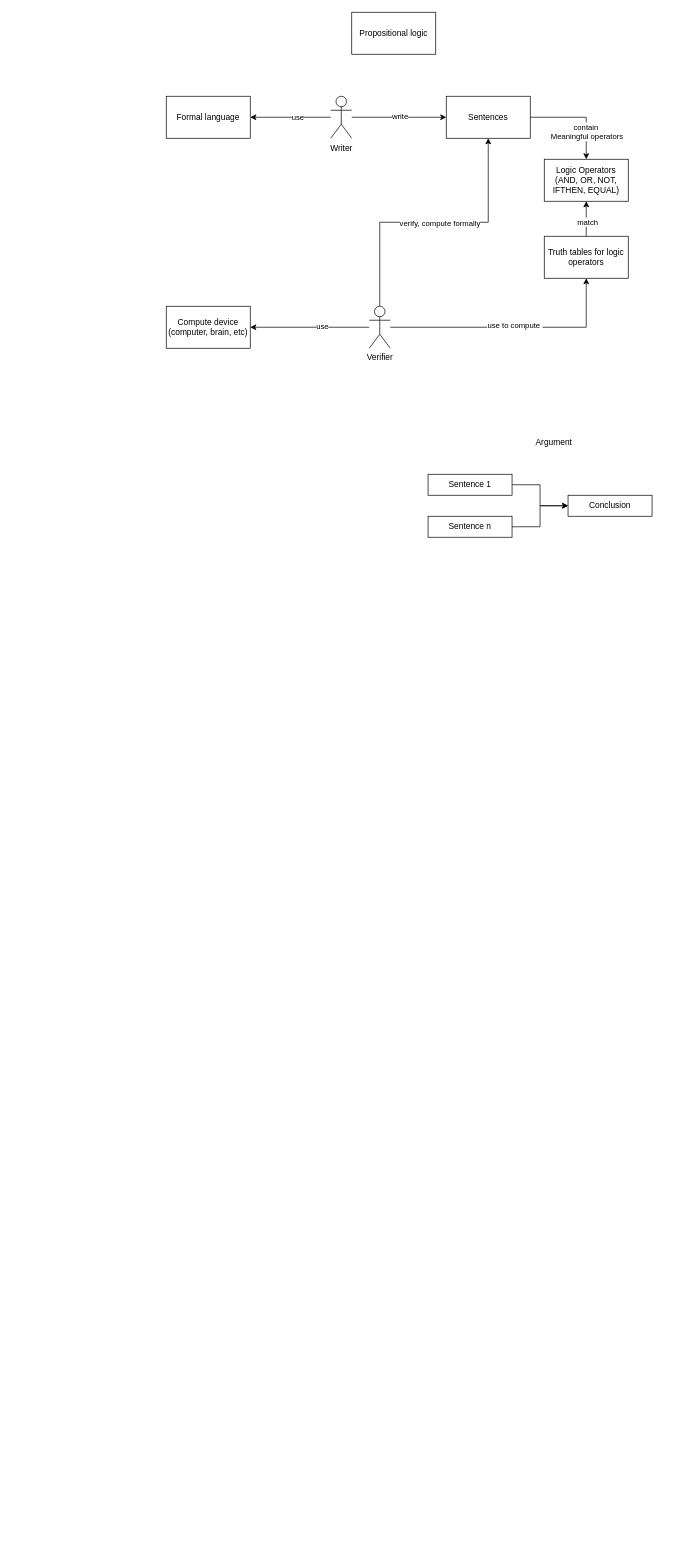
This is logic_conceptual.drawio from madmag77/diagrams, a draw.io file, before an edit. Source tidied: cells renumbered, new cells numbered last; positions are measured from the earlier drawing's top-left corner, leaving out a move shared by most shapes. Both pictures are drawn from the tidied source at 70%, with x=0, y=0 at pixel (166, 12).
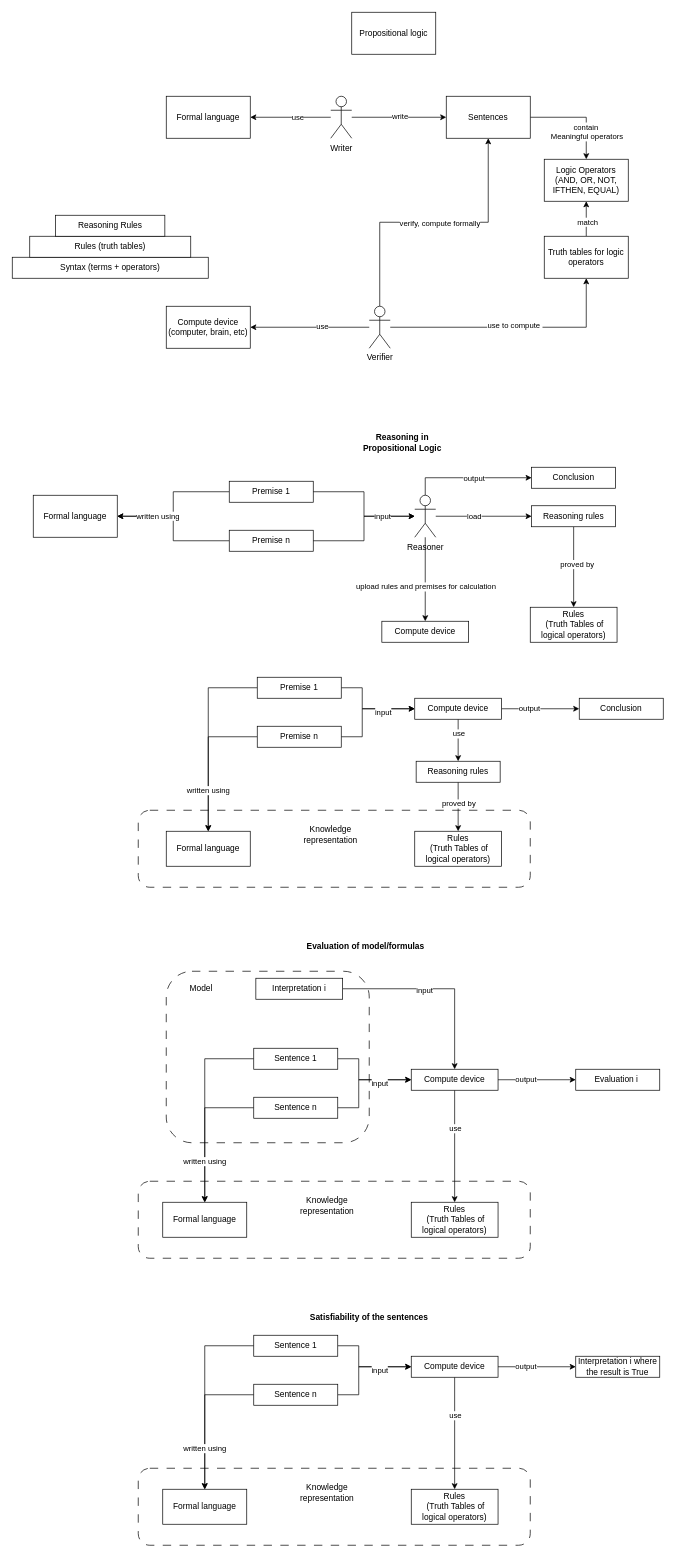
After the change.

The edit, as a diff of the source:
```diff
@@
-    <mxCell id="24" style="edgeStyle=orthogonalEdgeStyle;rounded=0;jettySize=auto;html=1;" parent="1" edge="1" source="25" target="28">
-      <mxGeometry relative="1" as="geometry" />
-    </mxCell>
+    <mxCell id="30" style="edgeStyle=orthogonalEdgeStyle;rounded=0;jettySize=auto;html=1;" parent="1" edge="1" source="25" target="51">
+      <mxGeometry relative="1" as="geometry" />
+    </mxCell>
-    <mxCell id="25" value="Sentence 1" style="rounded=0;whiteSpace=wrap;html=1;" parent="1" vertex="1">
-      <mxGeometry x="374" y="660" width="120" height="30" as="geometry" />
+    <mxCell id="25" value="Premise 1" style="rounded=0;whiteSpace=wrap;html=1;" parent="1" vertex="1">
+      <mxGeometry x="90" y="670" width="120" height="30" as="geometry" />
     </mxCell>
-    <mxCell id="26" style="edgeStyle=orthogonalEdgeStyle;rounded=0;jettySize=auto;html=1;" parent="1" edge="1" source="27" target="28">
-      <mxGeometry relative="1" as="geometry" />
-    </mxCell>
+    <mxCell id="31" style="edgeStyle=orthogonalEdgeStyle;rounded=0;jettySize=auto;html=1;" parent="1" edge="1" source="27" target="51">
+      <mxGeometry relative="1" as="geometry" />
+    </mxCell>
+    <mxCell id="32" value="written using" style="edgeLabel;html=1;align=center;verticalAlign=middle;" parent="31" vertex="1">
+      <mxGeometry x="0.42" y="-1" relative="1" as="geometry" />
+    </mxCell>
-    <mxCell id="27" value="Sentence n" style="rounded=0;whiteSpace=wrap;html=1;" parent="1" vertex="1">
-      <mxGeometry x="374" y="720" width="120" height="30" as="geometry" />
+    <mxCell id="27" value="Premise n" style="rounded=0;whiteSpace=wrap;html=1;" parent="1" vertex="1">
+      <mxGeometry x="90" y="740" width="120" height="30" as="geometry" />
     </mxCell>
     <mxCell id="28" value="Conclusion" style="rounded=0;whiteSpace=wrap;html=1;" parent="1" vertex="1">
-      <mxGeometry x="574" y="690" width="120" height="30" as="geometry" />
+      <mxGeometry x="522" y="650" width="120" height="30" as="geometry" />
     </mxCell>
-    <mxCell id="29" value="Argument" style="text;html=1;align=center;verticalAlign=middle;whiteSpace=wrap;rounded=0;" parent="1" vertex="1">
-      <mxGeometry x="524" y="600" width="60" height="30" as="geometry" />
+    <mxCell id="29" value="Reasoning in Propositional Logic" style="text;html=1;align=center;verticalAlign=middle;whiteSpace=wrap;rounded=0;fontStyle=1;" parent="1" vertex="1">
+      <mxGeometry x="265" y="600" width="145" height="30" as="geometry" />
     </mxCell>
+    <mxCell id="33" value="Syntax (terms + operators)" style="rounded=0;whiteSpace=wrap;html=1;" parent="1" vertex="1">
+      <mxGeometry x="-220" y="350" width="280" height="30" as="geometry" />
+    </mxCell>
+    <mxCell id="34" value="Rules (truth tables)" style="rounded=0;whiteSpace=wrap;html=1;" parent="1" vertex="1">
+      <mxGeometry x="-195" y="320" width="230" height="30" as="geometry" />
+    </mxCell>
+    <mxCell id="35" value="Reasoning Rules" style="rounded=0;whiteSpace=wrap;html=1;" parent="1" vertex="1">
+      <mxGeometry x="-158" y="290" width="156" height="30" as="geometry" />
+    </mxCell>
+    <mxCell id="36" style="edgeStyle=orthogonalEdgeStyle;rounded=0;jettySize=auto;html=1;" parent="1" edge="1" source="38" target="49">
+      <mxGeometry relative="1" as="geometry" />
+    </mxCell>
+    <mxCell id="37" value="proved by" style="edgeLabel;html=1;align=center;verticalAlign=middle;" parent="36" vertex="1">
+      <mxGeometry x="-0.07" y="4" relative="1" as="geometry" />
+    </mxCell>
+    <mxCell id="38" value="Reasoning rules" style="rounded=0;whiteSpace=wrap;html=1;" parent="1" vertex="1">
+      <mxGeometry x="522" y="705" width="120" height="30" as="geometry" />
+    </mxCell>
+    <mxCell id="39" style="edgeStyle=orthogonalEdgeStyle;rounded=0;jettySize=auto;html=1;entryX=1;entryY=0.5;entryDx=0;entryDy=0;endArrow=none;endFill=0;startArrow=classic;startFill=1;" parent="1" edge="1" source="48" target="27">
+      <mxGeometry relative="1" as="geometry" />
+    </mxCell>
+    <mxCell id="40" style="edgeStyle=orthogonalEdgeStyle;rounded=0;jettySize=auto;html=1;entryX=1;entryY=0.5;entryDx=0;entryDy=0;startArrow=classic;startFill=1;endArrow=none;endFill=0;" parent="1" edge="1" source="48" target="25">
+      <mxGeometry relative="1" as="geometry" />
+    </mxCell>
+    <mxCell id="41" value="input" style="edgeLabel;html=1;align=center;verticalAlign=middle;" parent="40" vertex="1">
+      <mxGeometry x="-0.32" y="2" relative="1" as="geometry">
+        <mxPoint x="14" y="-2" as="offset" />
+      </mxGeometry>
+    </mxCell>
+    <mxCell id="42" style="edgeStyle=orthogonalEdgeStyle;rounded=0;jettySize=auto;html=1;entryX=0;entryY=0.5;entryDx=0;entryDy=0;" parent="1" edge="1" source="48" target="38">
+      <mxGeometry relative="1" as="geometry" />
+    </mxCell>
+    <mxCell id="43" value="load" style="edgeLabel;html=1;align=center;verticalAlign=middle;" parent="42" vertex="1">
+      <mxGeometry x="-0.27" y="-2" relative="1" as="geometry">
+        <mxPoint x="4" y="-2" as="offset" />
+      </mxGeometry>
+    </mxCell>
+    <mxCell id="44" style="edgeStyle=orthogonalEdgeStyle;rounded=0;jettySize=auto;html=1;entryX=0;entryY=0.5;entryDx=0;entryDy=0;exitX=0.5;exitY=0;exitDx=0;exitDy=0;exitPerimeter=0;" parent="1" edge="1" source="48" target="28">
+      <mxGeometry relative="1" as="geometry" />
+    </mxCell>
+    <mxCell id="45" value="output" style="edgeLabel;html=1;align=center;verticalAlign=middle;" parent="44" vertex="1">
+      <mxGeometry x="-0.19" y="4" relative="1" as="geometry">
+        <mxPoint x="22" y="4" as="offset" />
+      </mxGeometry>
+    </mxCell>
+    <mxCell id="46" style="edgeStyle=orthogonalEdgeStyle;rounded=0;jettySize=auto;html=1;" parent="1" edge="1" source="48" target="50">
+      <mxGeometry relative="1" as="geometry" />
+    </mxCell>
+    <mxCell id="47" value="upload rules and premises for calculation" style="edgeLabel;html=1;align=center;verticalAlign=middle;" parent="46" vertex="1">
+      <mxGeometry x="0.17" relative="1" as="geometry" />
+    </mxCell>
+    <mxCell id="48" value="Reasoner" style="shape=umlActor;verticalLabelPosition=bottom;verticalAlign=top;html=1;outlineConnect=0;" parent="1" vertex="1">
+      <mxGeometry x="355" y="690" width="30" height="60" as="geometry" />
+    </mxCell>
+    <mxCell id="49" value="Rules&lt;div&gt;&amp;nbsp;(Truth Tables of logical operators)&lt;/div&gt;" style="rounded=0;whiteSpace=wrap;html=1;" parent="1" vertex="1">
+      <mxGeometry x="520" y="850" width="124" height="50" as="geometry" />
+    </mxCell>
+    <mxCell id="50" value="Compute device" style="rounded=0;whiteSpace=wrap;html=1;" parent="1" vertex="1">
+      <mxGeometry x="308" y="870" width="124" height="30" as="geometry" />
+    </mxCell>
+    <mxCell id="51" value="Formal language" style="rounded=0;whiteSpace=wrap;html=1;" parent="1" vertex="1">
+      <mxGeometry x="-190" y="690" width="120" height="60" as="geometry" />
+    </mxCell>
+    <mxCell id="52" style="edgeStyle=orthogonalEdgeStyle;rounded=0;jettySize=auto;html=1;" parent="1" edge="1" source="54" target="59">
+      <mxGeometry relative="1" as="geometry" />
+    </mxCell>
+    <mxCell id="53" style="edgeStyle=orthogonalEdgeStyle;rounded=0;jettySize=auto;html=1;" parent="1" edge="1" source="54" target="64">
+      <mxGeometry relative="1" as="geometry">
+        <Array as="points">
+          <mxPoint x="280" y="965" />
+          <mxPoint x="280" y="995" />
+        </Array>
+      </mxGeometry>
+    </mxCell>
+    <mxCell id="54" value="Premise 1" style="rounded=0;whiteSpace=wrap;html=1;" parent="1" vertex="1">
+      <mxGeometry x="130" y="950" width="120" height="30" as="geometry" />
+    </mxCell>
+    <mxCell id="55" style="edgeStyle=orthogonalEdgeStyle;rounded=0;jettySize=auto;html=1;" parent="1" edge="1" source="58" target="59">
+      <mxGeometry relative="1" as="geometry" />
+    </mxCell>
+    <mxCell id="56" value="written using" style="edgeLabel;html=1;align=center;verticalAlign=middle;" parent="55" vertex="1">
+      <mxGeometry x="0.42" y="-1" relative="1" as="geometry" />
+    </mxCell>
+    <mxCell id="57" value="input" style="edgeStyle=orthogonalEdgeStyle;rounded=0;jettySize=auto;html=1;entryX=0;entryY=0.5;entryDx=0;entryDy=0;" parent="1" edge="1" source="58" target="64">
+      <mxGeometry x="0.38" y="-5" relative="1" as="geometry">
+        <Array as="points">
+          <mxPoint x="280" y="1035" />
+          <mxPoint x="280" y="995" />
+        </Array>
+      </mxGeometry>
+    </mxCell>
+    <mxCell id="58" value="Premise n" style="rounded=0;whiteSpace=wrap;html=1;" parent="1" vertex="1">
+      <mxGeometry x="130" y="1020" width="120" height="30" as="geometry" />
+    </mxCell>
+    <mxCell id="59" value="Formal language" style="rounded=0;whiteSpace=wrap;html=1;" parent="1" vertex="1">
+      <mxGeometry y="1170" width="120" height="50" as="geometry" />
+    </mxCell>
+    <mxCell id="60" style="edgeStyle=orthogonalEdgeStyle;rounded=0;jettySize=auto;html=1;" parent="1" edge="1" source="64" target="65">
+      <mxGeometry relative="1" as="geometry" />
+    </mxCell>
+    <mxCell id="61" value="output" style="edgeLabel;html=1;align=center;verticalAlign=middle;" parent="60" vertex="1">
+      <mxGeometry x="-0.3" y="1" relative="1" as="geometry" />
+    </mxCell>
+    <mxCell id="62" style="edgeStyle=orthogonalEdgeStyle;rounded=0;jettySize=auto;html=1;" parent="1" edge="1" source="64" target="68">
+      <mxGeometry relative="1" as="geometry" />
+    </mxCell>
+    <mxCell id="63" value="use" style="edgeLabel;html=1;align=center;verticalAlign=middle;" parent="62" vertex="1">
+      <mxGeometry x="-0.33" relative="1" as="geometry" />
+    </mxCell>
+    <mxCell id="64" value="Compute device" style="rounded=0;whiteSpace=wrap;html=1;" parent="1" vertex="1">
+      <mxGeometry x="355" y="980" width="124" height="30" as="geometry" />
+    </mxCell>
+    <mxCell id="65" value="Conclusion" style="rounded=0;whiteSpace=wrap;html=1;" parent="1" vertex="1">
+      <mxGeometry x="590" y="980" width="120" height="30" as="geometry" />
+    </mxCell>
+    <mxCell id="66" style="edgeStyle=orthogonalEdgeStyle;rounded=0;jettySize=auto;html=1;" parent="1" edge="1" source="68" target="69">
+      <mxGeometry relative="1" as="geometry" />
+    </mxCell>
+    <mxCell id="67" value="proved by" style="edgeLabel;html=1;align=center;verticalAlign=middle;" parent="66" vertex="1">
+      <mxGeometry x="0.14" y="1" relative="1" as="geometry">
+        <mxPoint x="-1" y="-10" as="offset" />
+      </mxGeometry>
+    </mxCell>
+    <mxCell id="68" value="Reasoning rules" style="rounded=0;whiteSpace=wrap;html=1;" parent="1" vertex="1">
+      <mxGeometry x="357" y="1070" width="120" height="30" as="geometry" />
+    </mxCell>
+    <mxCell id="69" value="Rules&lt;div&gt;&amp;nbsp;(Truth Tables of logical operators)&lt;/div&gt;" style="rounded=0;whiteSpace=wrap;html=1;" parent="1" vertex="1">
+      <mxGeometry x="355" y="1170" width="124" height="50" as="geometry" />
+    </mxCell>
+    <mxCell id="70" style="rounded=1;whiteSpace=wrap;html=1;fillColor=none;dashed=1;dashPattern=12 12;" parent="1" vertex="1">
+      <mxGeometry x="-40" y="1140" width="560" height="110" as="geometry" />
+    </mxCell>
+    <mxCell id="71" value="Knowledge representation" style="text;html=1;align=center;verticalAlign=middle;whiteSpace=wrap;rounded=0;" parent="1" vertex="1">
+      <mxGeometry x="205" y="1160" width="60" height="30" as="geometry" />
+    </mxCell>
+    <mxCell id="72" style="edgeStyle=orthogonalEdgeStyle;rounded=0;jettySize=auto;html=1;" parent="1" edge="1" source="74" target="79">
+      <mxGeometry relative="1" as="geometry" />
+    </mxCell>
+    <mxCell id="73" style="edgeStyle=orthogonalEdgeStyle;rounded=0;jettySize=auto;html=1;" parent="1" edge="1" source="74" target="84">
+      <mxGeometry relative="1" as="geometry">
+        <Array as="points">
+          <mxPoint x="275" y="1495" />
+          <mxPoint x="275" y="1525" />
+        </Array>
+      </mxGeometry>
+    </mxCell>
+    <mxCell id="74" value="Sentence 1" style="rounded=0;whiteSpace=wrap;html=1;" parent="1" vertex="1">
+      <mxGeometry x="125" y="1480" width="120" height="30" as="geometry" />
+    </mxCell>
+    <mxCell id="75" style="edgeStyle=orthogonalEdgeStyle;rounded=0;jettySize=auto;html=1;" parent="1" edge="1" source="78" target="79">
+      <mxGeometry relative="1" as="geometry" />
+    </mxCell>
+    <mxCell id="76" value="written using" style="edgeLabel;html=1;align=center;verticalAlign=middle;" parent="75" vertex="1">
+      <mxGeometry x="0.42" y="-1" relative="1" as="geometry" />
+    </mxCell>
+    <mxCell id="77" value="input" style="edgeStyle=orthogonalEdgeStyle;rounded=0;jettySize=auto;html=1;entryX=0;entryY=0.5;entryDx=0;entryDy=0;" parent="1" edge="1" source="78" target="84">
+      <mxGeometry x="0.38" y="-5" relative="1" as="geometry">
+        <Array as="points">
+          <mxPoint x="275" y="1565" />
+          <mxPoint x="275" y="1525" />
+        </Array>
+      </mxGeometry>
+    </mxCell>
+    <mxCell id="78" value="Sentence n" style="rounded=0;whiteSpace=wrap;html=1;" parent="1" vertex="1">
+      <mxGeometry x="125" y="1550" width="120" height="30" as="geometry" />
+    </mxCell>
+    <mxCell id="79" value="Formal language" style="rounded=0;whiteSpace=wrap;html=1;" parent="1" vertex="1">
+      <mxGeometry x="-5" y="1700" width="120" height="50" as="geometry" />
+    </mxCell>
+    <mxCell id="80" style="edgeStyle=orthogonalEdgeStyle;rounded=0;jettySize=auto;html=1;" parent="1" edge="1" source="84" target="85">
+      <mxGeometry relative="1" as="geometry" />
+    </mxCell>
+    <mxCell id="81" value="output" style="edgeLabel;html=1;align=center;verticalAlign=middle;" parent="80" vertex="1">
+      <mxGeometry x="-0.3" y="1" relative="1" as="geometry" />
+    </mxCell>
+    <mxCell id="82" style="edgeStyle=orthogonalEdgeStyle;rounded=0;jettySize=auto;html=1;" parent="1" edge="1" source="84" target="86">
+      <mxGeometry relative="1" as="geometry" />
+    </mxCell>
+    <mxCell id="83" value="use" style="edgeLabel;html=1;align=center;verticalAlign=middle;" parent="82" vertex="1">
+      <mxGeometry x="-0.33" relative="1" as="geometry" />
+    </mxCell>
+    <mxCell id="84" value="Compute device" style="rounded=0;whiteSpace=wrap;html=1;" parent="1" vertex="1">
+      <mxGeometry x="350" y="1510" width="124" height="30" as="geometry" />
+    </mxCell>
+    <mxCell id="85" value="Evaluation i&amp;nbsp;" style="rounded=0;whiteSpace=wrap;html=1;" parent="1" vertex="1">
+      <mxGeometry x="585" y="1510" width="120" height="30" as="geometry" />
+    </mxCell>
+    <mxCell id="86" value="Rules&lt;div&gt;&amp;nbsp;(Truth Tables of logical operators)&lt;/div&gt;" style="rounded=0;whiteSpace=wrap;html=1;" parent="1" vertex="1">
+      <mxGeometry x="350" y="1700" width="124" height="50" as="geometry" />
+    </mxCell>
+    <mxCell id="87" style="rounded=1;whiteSpace=wrap;html=1;fillColor=none;dashed=1;dashPattern=12 12;" parent="1" vertex="1">
+      <mxGeometry x="-40" y="1670" width="560" height="110" as="geometry" />
+    </mxCell>
+    <mxCell id="88" value="Knowledge representation" style="text;html=1;align=center;verticalAlign=middle;whiteSpace=wrap;rounded=0;" parent="1" vertex="1">
+      <mxGeometry x="200" y="1690" width="60" height="30" as="geometry" />
+    </mxCell>
+    <mxCell id="89" style="edgeStyle=orthogonalEdgeStyle;rounded=0;jettySize=auto;html=1;" parent="1" edge="1" source="91" target="84">
+      <mxGeometry relative="1" as="geometry" />
+    </mxCell>
+    <mxCell id="90" value="input" style="edgeLabel;html=1;align=center;verticalAlign=middle;" parent="89" vertex="1">
+      <mxGeometry x="-0.16" y="-1" relative="1" as="geometry" />
+    </mxCell>
+    <mxCell id="91" value="Interpretation i" style="rounded=0;whiteSpace=wrap;html=1;" parent="1" vertex="1">
+      <mxGeometry x="128" y="1380" width="124" height="30" as="geometry" />
+    </mxCell>
+    <mxCell id="92" value="Evaluation of model/formulas" style="text;html=1;align=center;verticalAlign=middle;whiteSpace=wrap;rounded=0;fontStyle=1;" parent="1" vertex="1">
+      <mxGeometry x="185" y="1320" width="200" height="30" as="geometry" />
+    </mxCell>
+    <mxCell id="93" style="rounded=1;whiteSpace=wrap;html=1;fillColor=none;dashed=1;dashPattern=12 12;" parent="1" vertex="1">
+      <mxGeometry y="1370" width="290" height="245" as="geometry" />
+    </mxCell>
+    <mxCell id="94" value="Model" style="text;html=1;align=center;verticalAlign=middle;whiteSpace=wrap;rounded=0;" parent="1" vertex="1">
+      <mxGeometry x="20" y="1380" width="60" height="30" as="geometry" />
+    </mxCell>
+    <mxCell id="95" style="edgeStyle=orthogonalEdgeStyle;rounded=0;jettySize=auto;html=1;" parent="1" edge="1" source="97" target="102">
+      <mxGeometry relative="1" as="geometry" />
+    </mxCell>
+    <mxCell id="96" style="edgeStyle=orthogonalEdgeStyle;rounded=0;jettySize=auto;html=1;" parent="1" edge="1" source="97" target="107">
+      <mxGeometry relative="1" as="geometry">
+        <Array as="points">
+          <mxPoint x="275" y="1905" />
+          <mxPoint x="275" y="1935" />
+        </Array>
+      </mxGeometry>
+    </mxCell>
+    <mxCell id="97" value="Sentence 1" style="rounded=0;whiteSpace=wrap;html=1;" parent="1" vertex="1">
+      <mxGeometry x="125" y="1890" width="120" height="30" as="geometry" />
+    </mxCell>
+    <mxCell id="98" style="edgeStyle=orthogonalEdgeStyle;rounded=0;jettySize=auto;html=1;" parent="1" edge="1" source="101" target="102">
+      <mxGeometry relative="1" as="geometry" />
+    </mxCell>
+    <mxCell id="99" value="written using" style="edgeLabel;html=1;align=center;verticalAlign=middle;" parent="98" vertex="1">
+      <mxGeometry x="0.42" y="-1" relative="1" as="geometry" />
+    </mxCell>
+    <mxCell id="100" value="input" style="edgeStyle=orthogonalEdgeStyle;rounded=0;jettySize=auto;html=1;entryX=0;entryY=0.5;entryDx=0;entryDy=0;" parent="1" edge="1" source="101" target="107">
+      <mxGeometry x="0.38" y="-5" relative="1" as="geometry">
+        <Array as="points">
+          <mxPoint x="275" y="1975" />
+          <mxPoint x="275" y="1935" />
+        </Array>
+      </mxGeometry>
+    </mxCell>
+    <mxCell id="101" value="Sentence n" style="rounded=0;whiteSpace=wrap;html=1;" parent="1" vertex="1">
+      <mxGeometry x="125" y="1960" width="120" height="30" as="geometry" />
+    </mxCell>
+    <mxCell id="102" value="Formal language" style="rounded=0;whiteSpace=wrap;html=1;" parent="1" vertex="1">
+      <mxGeometry x="-5" y="2110" width="120" height="50" as="geometry" />
+    </mxCell>
+    <mxCell id="103" style="edgeStyle=orthogonalEdgeStyle;rounded=0;jettySize=auto;html=1;" parent="1" edge="1" source="107" target="108">
+      <mxGeometry relative="1" as="geometry" />
+    </mxCell>
+    <mxCell id="104" value="output" style="edgeLabel;html=1;align=center;verticalAlign=middle;" parent="103" vertex="1">
+      <mxGeometry x="-0.3" y="1" relative="1" as="geometry" />
+    </mxCell>
+    <mxCell id="105" style="edgeStyle=orthogonalEdgeStyle;rounded=0;jettySize=auto;html=1;" parent="1" edge="1" source="107" target="109">
+      <mxGeometry relative="1" as="geometry" />
+    </mxCell>
+    <mxCell id="106" value="use" style="edgeLabel;html=1;align=center;verticalAlign=middle;" parent="105" vertex="1">
+      <mxGeometry x="-0.33" relative="1" as="geometry" />
+    </mxCell>
+    <mxCell id="107" value="Compute device" style="rounded=0;whiteSpace=wrap;html=1;" parent="1" vertex="1">
+      <mxGeometry x="350" y="1920" width="124" height="30" as="geometry" />
+    </mxCell>
+    <mxCell id="108" value="Interpretation i where the result is True" style="rounded=0;whiteSpace=wrap;html=1;" parent="1" vertex="1">
+      <mxGeometry x="585" y="1920" width="120" height="30" as="geometry" />
+    </mxCell>
+    <mxCell id="109" value="Rules&lt;div&gt;&amp;nbsp;(Truth Tables of logical operators)&lt;/div&gt;" style="rounded=0;whiteSpace=wrap;html=1;" parent="1" vertex="1">
+      <mxGeometry x="350" y="2110" width="124" height="50" as="geometry" />
+    </mxCell>
+    <mxCell id="110" style="rounded=1;whiteSpace=wrap;html=1;fillColor=none;dashed=1;dashPattern=12 12;" parent="1" vertex="1">
+      <mxGeometry x="-40" y="2080" width="560" height="110" as="geometry" />
+    </mxCell>
+    <mxCell id="111" value="Knowledge representation" style="text;html=1;align=center;verticalAlign=middle;whiteSpace=wrap;rounded=0;" parent="1" vertex="1">
+      <mxGeometry x="200" y="2100" width="60" height="30" as="geometry" />
+    </mxCell>
+    <mxCell id="112" value="Satisfiability of the sentences" style="text;html=1;align=center;verticalAlign=middle;whiteSpace=wrap;rounded=0;fontStyle=1;" parent="1" vertex="1">
+      <mxGeometry x="190" y="1850" width="200" height="30" as="geometry" />
+    </mxCell>
```
